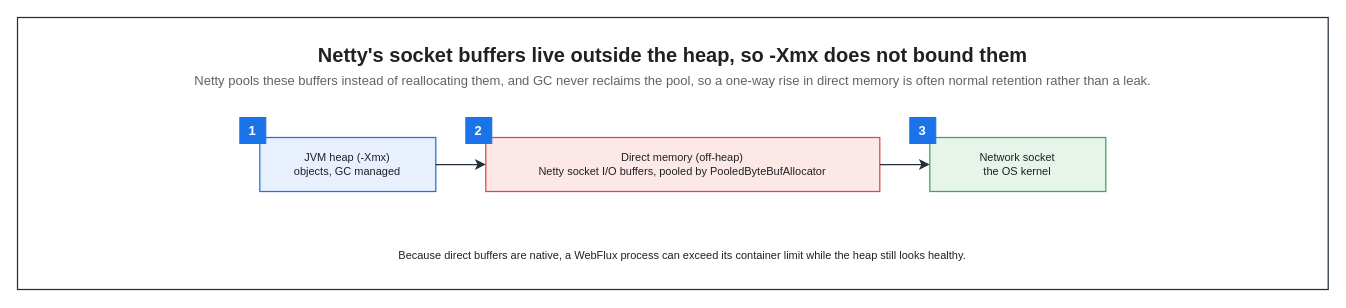
Before: assets/img/spring/spring-12-netty-direct-memory.drawio in KKamJi98/kkamji98.github.io, a draw.io diagram. Source tidied: cells renumbered, new cells numbered last; positions are measured from the earlier drawing's top-left corner, leaving out a move shared by most shapes. Both pictures are drawn from the tidied source at 100%, with x=0, y=0 at pixel (17, 17).
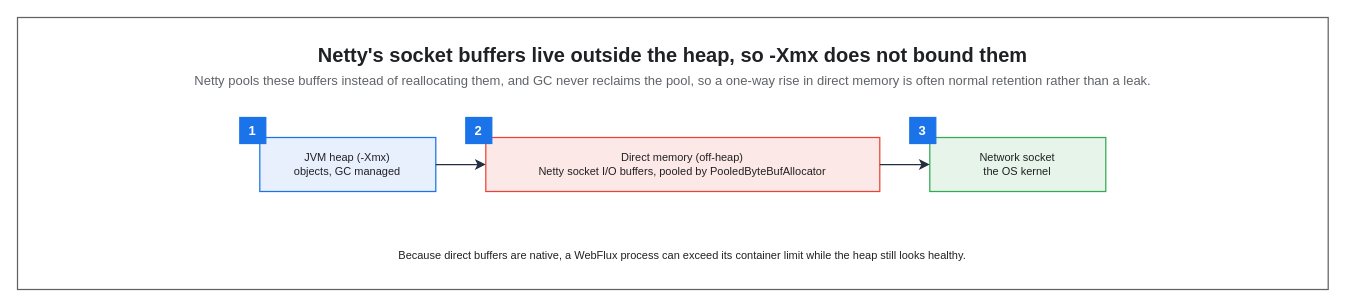
The same diagram, later.

The edit, as a diff of the source:
```diff
@@
 <mxGraphModel background="#FFFFFF">
   <root>
     <mxCell id="0" />
     <mxCell id="1" parent="0" />
-    <mxCell id="2" style="rounded=0;html=0;fillColor=none;strokeColor=#232F3E;fontColor=#202124;strokeWidth=1.25;" parent="1" vertex="1">
+    <mxCell id="2" style="rounded=0;html=0;fillColor=none;strokeColor=#5F6368;fontColor=#202124;strokeWidth=1.25;" parent="1" vertex="1">
       <mxGeometry width="1310.7" height="272" as="geometry" />
     </mxCell>
     <mxCell id="3" value="Netty's socket buffers live outside the heap, so -Xmx does not bound them" style="text;html=0;whiteSpace=wrap;fillColor=none;strokeColor=none;fontColor=#202124;fontSize=20;fontStyle=1;align=center;verticalAlign=middle;" parent="1" vertex="1">
       <mxGeometry x="22" y="22" width="1266.7" height="30" as="geometry" />
     </mxCell>
     <mxCell id="4" value="Netty pools these buffers instead of reallocating them, and GC never reclaims the pool, so a one-way rise in direct memory is often normal retention rather than a leak." style="text;html=0;whiteSpace=wrap;fillColor=none;strokeColor=none;fontColor=#5F6368;fontSize=13;fontStyle=0;align=center;verticalAlign=middle;" parent="1" vertex="1">
       <mxGeometry x="22" y="52" width="1266.7" height="22" as="geometry" />
     </mxCell>
     <mxCell id="5" value="JVM heap  (-Xmx)&#10;objects, GC managed" style="rounded=0;whiteSpace=wrap;html=0;fillColor=#E8F0FE;strokeColor=#1A73E8;fontColor=#202124;fontSize=11;fontStyle=0;align=center;verticalAlign=middle;spacingLeft=6;spacingRight=6;strokeWidth=1.25;" parent="1" vertex="1">
       <mxGeometry x="242.3" y="120" width="176" height="54" as="geometry" />
     </mxCell>
     <mxCell id="6" value="Direct memory (off-heap)&#10;Netty socket I/O buffers, pooled by PooledByteBufAllocator" style="rounded=0;whiteSpace=wrap;html=0;fillColor=#FCE8E6;strokeColor=#EA4335;fontColor=#202124;fontSize=11;fontStyle=0;align=center;verticalAlign=middle;spacingLeft=6;spacingRight=6;strokeWidth=1.25;" parent="1" vertex="1">
       <mxGeometry x="468.3" y="120" width="394" height="54" as="geometry" />
     </mxCell>
     <mxCell id="7" value="Network socket&#10;the OS kernel" style="rounded=0;whiteSpace=wrap;html=0;fillColor=#E6F4EA;strokeColor=#34A853;fontColor=#202124;fontSize=11;fontStyle=0;align=center;verticalAlign=middle;spacingLeft=6;spacingRight=6;strokeWidth=1.25;" parent="1" vertex="1">
       <mxGeometry x="912.3" y="120" width="176" height="54" as="geometry" />
     </mxCell>
     <mxCell id="8" value="Because direct buffers are native, a WebFlux process can exceed its container limit while the heap still looks healthy." style="text;html=0;whiteSpace=wrap;fillColor=none;strokeColor=none;fontColor=#202124;fontSize=11;fontStyle=0;align=center;verticalAlign=middle;" parent="1" vertex="1">
       <mxGeometry x="242.3" y="226" width="846" height="24" as="geometry" />
     </mxCell>
-    <mxCell id="9" value="1" style="rounded=0;whiteSpace=wrap;html=0;fillColor=#1A73E8;strokeColor=#1A73E8;fontColor=#FFFFFF;fontSize=13;fontStyle=1;align=center;verticalAlign=middle;" parent="1" vertex="1">
+    <mxCell id="9" value="1" style="rounded=0;whiteSpace=wrap;html=0;fillColor=#1A73E8;strokeColor=#1A73E8;fontColor=#FFFFFF;fontSize=13;fontStyle=1;align=center;verticalAlign=middle;strokeWidth=1.25;" parent="1" vertex="1">
       <mxGeometry x="222.3" y="100" width="26" height="26" as="geometry" />
     </mxCell>
-    <mxCell id="10" value="2" style="rounded=0;whiteSpace=wrap;html=0;fillColor=#1A73E8;strokeColor=#1A73E8;fontColor=#FFFFFF;fontSize=13;fontStyle=1;align=center;verticalAlign=middle;" parent="1" vertex="1">
+    <mxCell id="10" value="2" style="rounded=0;whiteSpace=wrap;html=0;fillColor=#1A73E8;strokeColor=#1A73E8;fontColor=#FFFFFF;fontSize=13;fontStyle=1;align=center;verticalAlign=middle;strokeWidth=1.25;" parent="1" vertex="1">
       <mxGeometry x="448.3" y="100" width="26" height="26" as="geometry" />
     </mxCell>
-    <mxCell id="11" value="3" style="rounded=0;whiteSpace=wrap;html=0;fillColor=#1A73E8;strokeColor=#1A73E8;fontColor=#FFFFFF;fontSize=13;fontStyle=1;align=center;verticalAlign=middle;" parent="1" vertex="1">
+    <mxCell id="11" value="3" style="rounded=0;whiteSpace=wrap;html=0;fillColor=#1A73E8;strokeColor=#1A73E8;fontColor=#FFFFFF;fontSize=13;fontStyle=1;align=center;verticalAlign=middle;strokeWidth=1.25;" parent="1" vertex="1">
       <mxGeometry x="892.3" y="100" width="26" height="26" as="geometry" />
     </mxCell>
     <mxCell id="12" style="edgeStyle=orthogonalEdgeStyle;rounded=0;html=0;strokeColor=#232F3E;strokeWidth=1.25;endArrow=classic;endFill=1;endSize=7;fontSize=11;fontColor=#202124;labelBackgroundColor=none;jettySize=14;exitX=1;exitY=0.5;entryX=0;entryY=0.5;exitDx=0;exitDy=0;entryDx=0;entryDy=0;" parent="1" edge="1" source="5" target="6">
       <mxGeometry relative="1" as="geometry" />
     </mxCell>
     <mxCell id="13" style="edgeStyle=orthogonalEdgeStyle;rounded=0;html=0;strokeColor=#232F3E;strokeWidth=1.25;endArrow=classic;endFill=1;endSize=7;fontSize=11;fontColor=#202124;labelBackgroundColor=none;jettySize=14;exitX=1;exitY=0.5;entryX=0;entryY=0.5;exitDx=0;exitDy=0;entryDx=0;entryDy=0;" parent="1" edge="1" source="6" target="7">
       <mxGeometry relative="1" as="geometry" />
     </mxCell>
   </root>
 </mxGraphModel>
```
